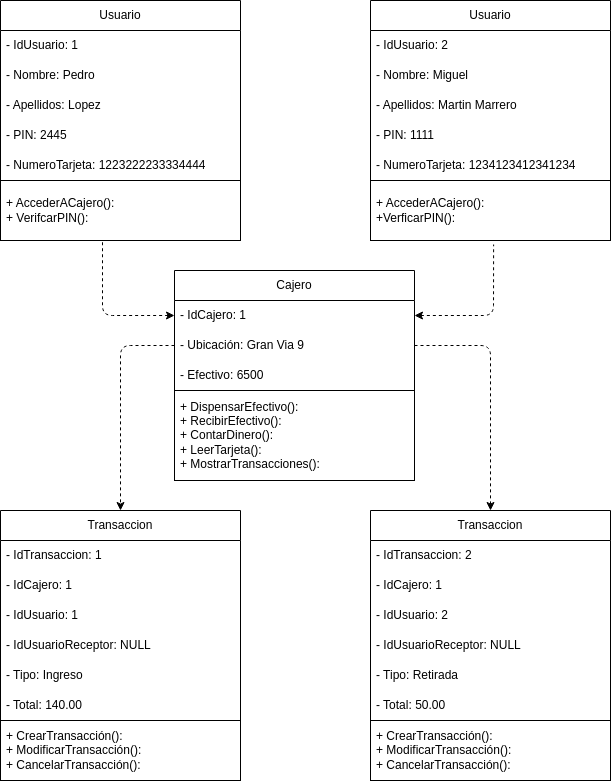
This is Diagramas-objetos/cajero/cajero.drawio.png from IsaiasTolP/Tareas_Markdown, a draw.io export, as it was before one commit. Source tidied: cells renumbered, new cells last; positions are measured from the earlier drawing's top-left corner, leaving out a move shared by most shapes. The source it was exported from:
```xml
<mxGraphModel>
  <root>
    <mxCell id="0" />
    <mxCell id="1" parent="0" />
    <mxCell id="2" value="Usuario" style="swimlane;fontStyle=0;horizontal=1;startSize=30;whiteSpace=wrap;html=1;" parent="1" vertex="1">
      <mxGeometry width="240" height="240" as="geometry" />
    </mxCell>
    <mxCell id="3" value="- IdUsuario: 1" style="text;strokeColor=none;fillColor=none;align=left;verticalAlign=middle;spacingLeft=4;spacingRight=4;overflow=hidden;whiteSpace=wrap;html=1;" parent="2" vertex="1">
      <mxGeometry y="30" width="240" height="30" as="geometry" />
    </mxCell>
    <mxCell id="4" value="- Nombre: Pedro" style="text;strokeColor=none;fillColor=none;align=left;verticalAlign=middle;spacingLeft=4;spacingRight=4;overflow=hidden;whiteSpace=wrap;html=1;" parent="2" vertex="1">
      <mxGeometry y="60" width="240" height="30" as="geometry" />
    </mxCell>
    <mxCell id="5" value="- Apellidos: Lopez" style="text;strokeColor=none;fillColor=none;align=left;verticalAlign=middle;spacingLeft=4;spacingRight=4;overflow=hidden;whiteSpace=wrap;html=1;" parent="2" vertex="1">
      <mxGeometry y="90" width="240" height="30" as="geometry" />
    </mxCell>
    <mxCell id="6" value="- PIN: 2445" style="text;strokeColor=none;fillColor=none;align=left;verticalAlign=middle;spacingLeft=4;spacingRight=4;overflow=hidden;whiteSpace=wrap;html=1;" parent="2" vertex="1">
      <mxGeometry y="120" width="240" height="30" as="geometry" />
    </mxCell>
    <mxCell id="7" value="- NumeroTarjeta: 1223222233334444" style="text;strokeColor=none;fillColor=none;align=left;verticalAlign=middle;spacingLeft=4;spacingRight=4;overflow=hidden;whiteSpace=wrap;html=1;" parent="2" vertex="1">
      <mxGeometry y="150" width="240" height="30" as="geometry" />
    </mxCell>
    <mxCell id="8" value="+ AccederACajero():&lt;br&gt;+ VerifcarPIN():" style="text;strokeColor=default;fillColor=none;align=left;verticalAlign=middle;spacingLeft=4;spacingRight=4;overflow=hidden;points=[[0,0.5],[1,0.5]];portConstraint=eastwest;whiteSpace=wrap;html=1;" parent="2" vertex="1">
      <mxGeometry y="180" width="240" height="60" as="geometry" />
    </mxCell>
    <mxCell id="9" value="Usuario" style="swimlane;fontStyle=0;horizontal=1;startSize=30;whiteSpace=wrap;html=1;" parent="1" vertex="1">
      <mxGeometry x="370" width="240" height="240" as="geometry" />
    </mxCell>
    <mxCell id="10" value="- IdUsuario: 2" style="text;strokeColor=none;fillColor=none;align=left;verticalAlign=middle;spacingLeft=4;spacingRight=4;overflow=hidden;whiteSpace=wrap;html=1;" parent="9" vertex="1">
      <mxGeometry y="30" width="240" height="30" as="geometry" />
    </mxCell>
    <mxCell id="11" value="- Nombre: Miguel" style="text;strokeColor=none;fillColor=none;align=left;verticalAlign=middle;spacingLeft=4;spacingRight=4;overflow=hidden;whiteSpace=wrap;html=1;" parent="9" vertex="1">
      <mxGeometry y="60" width="240" height="30" as="geometry" />
    </mxCell>
    <mxCell id="12" value="- Apellidos: Martin Marrero" style="text;strokeColor=none;fillColor=none;align=left;verticalAlign=middle;spacingLeft=4;spacingRight=4;overflow=hidden;whiteSpace=wrap;html=1;" parent="9" vertex="1">
      <mxGeometry y="90" width="240" height="30" as="geometry" />
    </mxCell>
    <mxCell id="13" value="- PIN: 1111" style="text;strokeColor=none;fillColor=none;align=left;verticalAlign=middle;spacingLeft=4;spacingRight=4;overflow=hidden;whiteSpace=wrap;html=1;" parent="9" vertex="1">
      <mxGeometry y="120" width="240" height="30" as="geometry" />
    </mxCell>
    <mxCell id="14" value="- NumeroTarjeta: 1234123412341234" style="text;strokeColor=none;fillColor=none;align=left;verticalAlign=middle;spacingLeft=4;spacingRight=4;overflow=hidden;whiteSpace=wrap;html=1;" parent="9" vertex="1">
      <mxGeometry y="150" width="240" height="30" as="geometry" />
    </mxCell>
    <mxCell id="15" value="+ AccederACajero():&lt;br&gt;+VerficarPIN():" style="text;strokeColor=default;fillColor=none;align=left;verticalAlign=middle;spacingLeft=4;spacingRight=4;overflow=hidden;points=[[0,0.5],[1,0.5]];portConstraint=eastwest;whiteSpace=wrap;html=1;" parent="9" vertex="1">
      <mxGeometry y="180" width="240" height="60" as="geometry" />
    </mxCell>
    <mxCell id="16" value="Cajero" style="swimlane;fontStyle=0;horizontal=1;startSize=30;whiteSpace=wrap;html=1;" parent="1" vertex="1">
      <mxGeometry x="174" y="270" width="240" height="210" as="geometry" />
    </mxCell>
    <mxCell id="17" value="- IdCajero: 1" style="text;strokeColor=none;fillColor=none;align=left;verticalAlign=middle;spacingLeft=4;spacingRight=4;overflow=hidden;points=[[0,0.5],[1,0.5]];portConstraint=eastwest;whiteSpace=wrap;html=1;" parent="16" vertex="1">
      <mxGeometry y="30" width="240" height="30" as="geometry" />
    </mxCell>
    <mxCell id="18" value="- Ubicación: Gran Via 9" style="text;strokeColor=none;fillColor=none;align=left;verticalAlign=middle;spacingLeft=4;spacingRight=4;overflow=hidden;points=[[0,0.5],[1,0.5]];portConstraint=eastwest;whiteSpace=wrap;html=1;" parent="16" vertex="1">
      <mxGeometry y="60" width="240" height="30" as="geometry" />
    </mxCell>
    <mxCell id="19" value="- Efectivo: 6500" style="text;strokeColor=none;fillColor=none;align=left;verticalAlign=middle;spacingLeft=4;spacingRight=4;overflow=hidden;whiteSpace=wrap;html=1;" parent="16" vertex="1">
      <mxGeometry y="90" width="240" height="30" as="geometry" />
    </mxCell>
    <mxCell id="20" value="+ DispensarEfectivo():&lt;br&gt;+ RecibirEfectivo():&lt;br&gt;+ ContarDinero():&lt;br&gt;+ LeerTarjeta():&lt;br&gt;+ MostrarTransacciones():" style="text;strokeColor=default;fillColor=none;align=left;verticalAlign=middle;spacingLeft=4;spacingRight=4;overflow=hidden;whiteSpace=wrap;html=1;" parent="16" vertex="1">
      <mxGeometry y="120" width="240" height="90" as="geometry" />
    </mxCell>
    <mxCell id="21" value="Transaccion" style="swimlane;fontStyle=0;horizontal=1;startSize=30;whiteSpace=wrap;html=1;" parent="1" vertex="1">
      <mxGeometry y="510" width="240" height="270" as="geometry" />
    </mxCell>
    <mxCell id="22" value="- IdTransaccion: 1" style="text;strokeColor=none;fillColor=none;align=left;verticalAlign=middle;spacingLeft=4;spacingRight=4;overflow=hidden;whiteSpace=wrap;html=1;" parent="21" vertex="1">
      <mxGeometry y="30" width="240" height="30" as="geometry" />
    </mxCell>
    <mxCell id="23" value="- IdCajero: 1" style="text;strokeColor=none;fillColor=none;align=left;verticalAlign=middle;spacingLeft=4;spacingRight=4;overflow=hidden;whiteSpace=wrap;html=1;" parent="21" vertex="1">
      <mxGeometry y="60" width="240" height="30" as="geometry" />
    </mxCell>
    <mxCell id="24" value="- IdUsuario: 1" style="text;strokeColor=none;fillColor=none;align=left;verticalAlign=middle;spacingLeft=4;spacingRight=4;overflow=hidden;whiteSpace=wrap;html=1;" parent="21" vertex="1">
      <mxGeometry y="90" width="240" height="30" as="geometry" />
    </mxCell>
    <mxCell id="25" value="- IdUsuarioReceptor: NULL" style="text;strokeColor=none;fillColor=none;align=left;verticalAlign=middle;spacingLeft=4;spacingRight=4;overflow=hidden;whiteSpace=wrap;html=1;" parent="21" vertex="1">
      <mxGeometry y="120" width="240" height="30" as="geometry" />
    </mxCell>
    <mxCell id="26" value="- Tipo: Ingreso" style="text;strokeColor=none;fillColor=none;align=left;verticalAlign=middle;spacingLeft=4;spacingRight=4;overflow=hidden;whiteSpace=wrap;html=1;" parent="21" vertex="1">
      <mxGeometry y="150" width="240" height="30" as="geometry" />
    </mxCell>
    <mxCell id="27" value="- Total: 140.00" style="text;strokeColor=none;fillColor=none;align=left;verticalAlign=middle;spacingLeft=4;spacingRight=4;overflow=hidden;whiteSpace=wrap;html=1;" parent="21" vertex="1">
      <mxGeometry y="180" width="240" height="30" as="geometry" />
    </mxCell>
    <mxCell id="28" value="+ CrearTransacción():&lt;br&gt;+ ModificarTransacción():&lt;br&gt;+ CancelarTransacción():" style="text;strokeColor=default;fillColor=none;align=left;verticalAlign=middle;spacingLeft=4;spacingRight=4;overflow=hidden;whiteSpace=wrap;html=1;" parent="21" vertex="1">
      <mxGeometry y="210" width="240" height="60" as="geometry" />
    </mxCell>
    <mxCell id="29" value="Transaccion" style="swimlane;fontStyle=0;horizontal=1;startSize=30;whiteSpace=wrap;html=1;" parent="1" vertex="1">
      <mxGeometry x="370" y="510" width="240" height="270" as="geometry" />
    </mxCell>
    <mxCell id="30" value="- IdTransaccion: 2" style="text;strokeColor=none;fillColor=none;align=left;verticalAlign=middle;spacingLeft=4;spacingRight=4;overflow=hidden;whiteSpace=wrap;html=1;" parent="29" vertex="1">
      <mxGeometry y="30" width="240" height="30" as="geometry" />
    </mxCell>
    <mxCell id="31" value="- IdCajero: 1" style="text;strokeColor=none;fillColor=none;align=left;verticalAlign=middle;spacingLeft=4;spacingRight=4;overflow=hidden;whiteSpace=wrap;html=1;" parent="29" vertex="1">
      <mxGeometry y="60" width="240" height="30" as="geometry" />
    </mxCell>
    <mxCell id="32" value="- IdUsuario: 2" style="text;strokeColor=none;fillColor=none;align=left;verticalAlign=middle;spacingLeft=4;spacingRight=4;overflow=hidden;whiteSpace=wrap;html=1;" parent="29" vertex="1">
      <mxGeometry y="90" width="240" height="30" as="geometry" />
    </mxCell>
    <mxCell id="33" value="- IdUsuarioReceptor: NULL" style="text;strokeColor=none;fillColor=none;align=left;verticalAlign=middle;spacingLeft=4;spacingRight=4;overflow=hidden;whiteSpace=wrap;html=1;" parent="29" vertex="1">
      <mxGeometry y="120" width="240" height="30" as="geometry" />
    </mxCell>
    <mxCell id="34" value="- Tipo: Retirada" style="text;strokeColor=none;fillColor=none;align=left;verticalAlign=middle;spacingLeft=4;spacingRight=4;overflow=hidden;whiteSpace=wrap;html=1;" parent="29" vertex="1">
      <mxGeometry y="150" width="240" height="30" as="geometry" />
    </mxCell>
    <mxCell id="35" value="- Total: 50.00" style="text;strokeColor=none;fillColor=none;align=left;verticalAlign=middle;spacingLeft=4;spacingRight=4;overflow=hidden;whiteSpace=wrap;html=1;" parent="29" vertex="1">
      <mxGeometry y="180" width="240" height="30" as="geometry" />
    </mxCell>
    <mxCell id="36" value="+ CrearTransacción():&lt;br&gt;+ ModificarTransacción():&lt;br&gt;+ CancelarTransacción():" style="text;strokeColor=default;fillColor=none;align=left;verticalAlign=middle;spacingLeft=4;spacingRight=4;overflow=hidden;whiteSpace=wrap;html=1;" parent="29" vertex="1">
      <mxGeometry y="210" width="240" height="60" as="geometry" />
    </mxCell>
    <mxCell id="37" style="edgeStyle=none;html=1;exitX=0;exitY=0.5;exitDx=0;exitDy=0;entryX=0.5;entryY=0;entryDx=0;entryDy=0;dashed=1;" parent="1" edge="1" source="18" target="21">
      <mxGeometry relative="1" as="geometry">
        <Array as="points">
          <mxPoint x="120" y="345" />
        </Array>
      </mxGeometry>
    </mxCell>
    <mxCell id="38" style="edgeStyle=none;html=1;exitX=1;exitY=0.5;exitDx=0;exitDy=0;entryX=0.5;entryY=0;entryDx=0;entryDy=0;dashed=1;" parent="1" edge="1" source="18" target="29">
      <mxGeometry relative="1" as="geometry">
        <Array as="points">
          <mxPoint x="490" y="345" />
        </Array>
      </mxGeometry>
    </mxCell>
    <mxCell id="39" style="edgeStyle=none;html=1;exitX=1;exitY=0.5;exitDx=0;exitDy=0;entryX=0.513;entryY=1.067;entryDx=0;entryDy=0;entryPerimeter=0;dashed=1;startArrow=classic;startFill=1;endArrow=none;endFill=0;" parent="1" edge="1" source="17" target="15">
      <mxGeometry relative="1" as="geometry">
        <Array as="points">
          <mxPoint x="493" y="315" />
        </Array>
      </mxGeometry>
    </mxCell>
    <mxCell id="40" style="edgeStyle=none;html=1;exitX=0;exitY=0.5;exitDx=0;exitDy=0;entryX=0.425;entryY=1;entryDx=0;entryDy=0;entryPerimeter=0;dashed=1;endArrow=none;endFill=0;startArrow=classic;startFill=1;" parent="1" edge="1" source="17" target="8">
      <mxGeometry relative="1" as="geometry">
        <Array as="points">
          <mxPoint x="102" y="315" />
        </Array>
      </mxGeometry>
    </mxCell>
  </root>
</mxGraphModel>
```
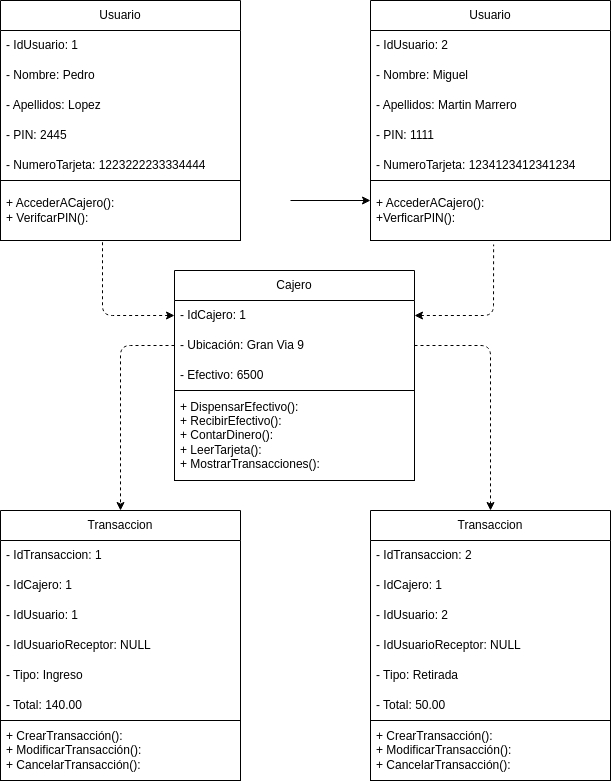
After the commit.

Commit message:
Diagrama objetos cajero

The edit, as a diff of the source:
```diff
@@ -135,5 +135,11 @@
         </Array>
       </mxGeometry>
     </mxCell>
+    <mxCell id="41" style="edgeStyle=none;orthogonalLoop=1;jettySize=auto;html=1;" parent="1" edge="1">
+      <mxGeometry relative="1" as="geometry">
+        <mxPoint x="290" y="200" as="sourcePoint" />
+        <mxPoint x="370" y="200" as="targetPoint" />
+      </mxGeometry>
+    </mxCell>
   </root>
 </mxGraphModel>
```
